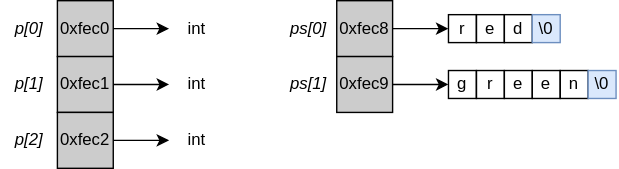
cs-course/marp-public keeps this draw.io diagram as images/c-pointer-array.svg. Above is the earlier version. Source tidied: cells renumbered, new cells last; positions are measured from the earlier drawing's top-left corner, leaving out a move shared by most shapes.
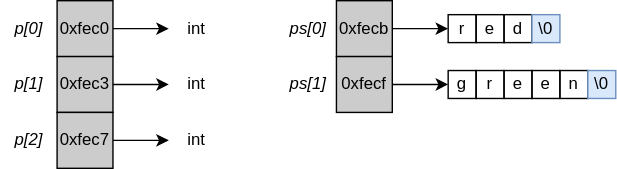
Above is the later version.

What changed in the source:
```diff
@@ -5,10 +5,10 @@
     <mxCell id="2" value="0xfec0" style="rounded=0;whiteSpace=wrap;html=1;fillColor=#CCCCCC;" parent="1" vertex="1">
       <mxGeometry x="40" width="40" height="40" as="geometry" />
     </mxCell>
-    <mxCell id="3" value="0xfec1" style="rounded=0;whiteSpace=wrap;html=1;fillColor=#CCCCCC;" parent="1" vertex="1">
+    <mxCell id="3" value="0xfec3" style="rounded=0;whiteSpace=wrap;html=1;fillColor=#CCCCCC;" parent="1" vertex="1">
       <mxGeometry x="40" y="40" width="40" height="40" as="geometry" />
     </mxCell>
-    <mxCell id="4" value="0xfec2" style="rounded=0;whiteSpace=wrap;html=1;fillColor=#CCCCCC;" parent="1" vertex="1">
+    <mxCell id="4" value="0xfec7" style="rounded=0;whiteSpace=wrap;html=1;fillColor=#CCCCCC;" parent="1" vertex="1">
       <mxGeometry x="40" y="80" width="40" height="40" as="geometry" />
     </mxCell>
     <mxCell id="5" value="p[0]" style="rounded=0;whiteSpace=wrap;html=1;fillColor=none;strokeColor=none;fontStyle=2;" parent="1" vertex="1">
@@ -38,10 +38,10 @@
     <mxCell id="13" style="endArrow=classic;html=1;" parent="1" edge="1" source="4" target="10">
       <mxGeometry relative="1" as="geometry" />
     </mxCell>
-    <mxCell id="14" value="0xfec8" style="rounded=0;whiteSpace=wrap;html=1;fillColor=#CCCCCC;" parent="1" vertex="1">
+    <mxCell id="14" value="0xfecb" style="rounded=0;whiteSpace=wrap;html=1;fillColor=#CCCCCC;" parent="1" vertex="1">
       <mxGeometry x="240" width="40" height="40" as="geometry" />
     </mxCell>
-    <mxCell id="15" value="0xfec9" style="rounded=0;whiteSpace=wrap;html=1;fillColor=#CCCCCC;" parent="1" vertex="1">
+    <mxCell id="15" value="0xfecf" style="rounded=0;whiteSpace=wrap;html=1;fillColor=#CCCCCC;" parent="1" vertex="1">
       <mxGeometry x="240" y="40" width="40" height="40" as="geometry" />
     </mxCell>
     <mxCell id="16" value="ps[0]" style="rounded=0;whiteSpace=wrap;html=1;fillColor=none;strokeColor=none;fontStyle=2;" parent="1" vertex="1">
```
